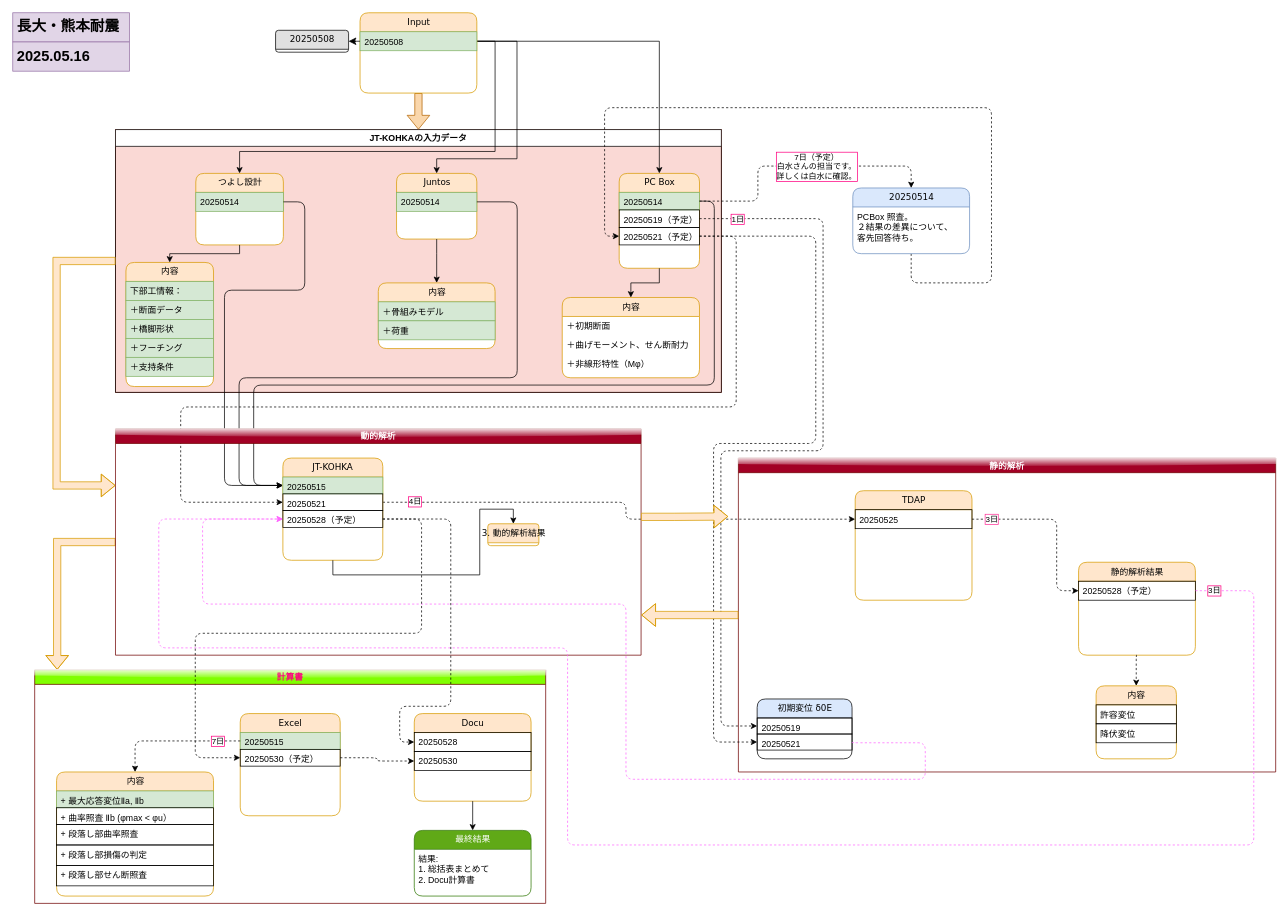
Above: 長大・熊本耐震/耐震設計/Untitled Diagram.drawio in nnh92/Juntos.co (draw.io), before the change. Source tidied: cells renumbered, new cells numbered last; positions are measured from the earlier drawing's top-left corner, leaving out a move shared by most shapes. Both pictures are drawn from the tidied source at 73%, with x=0, y=0 at pixel (12, 12).
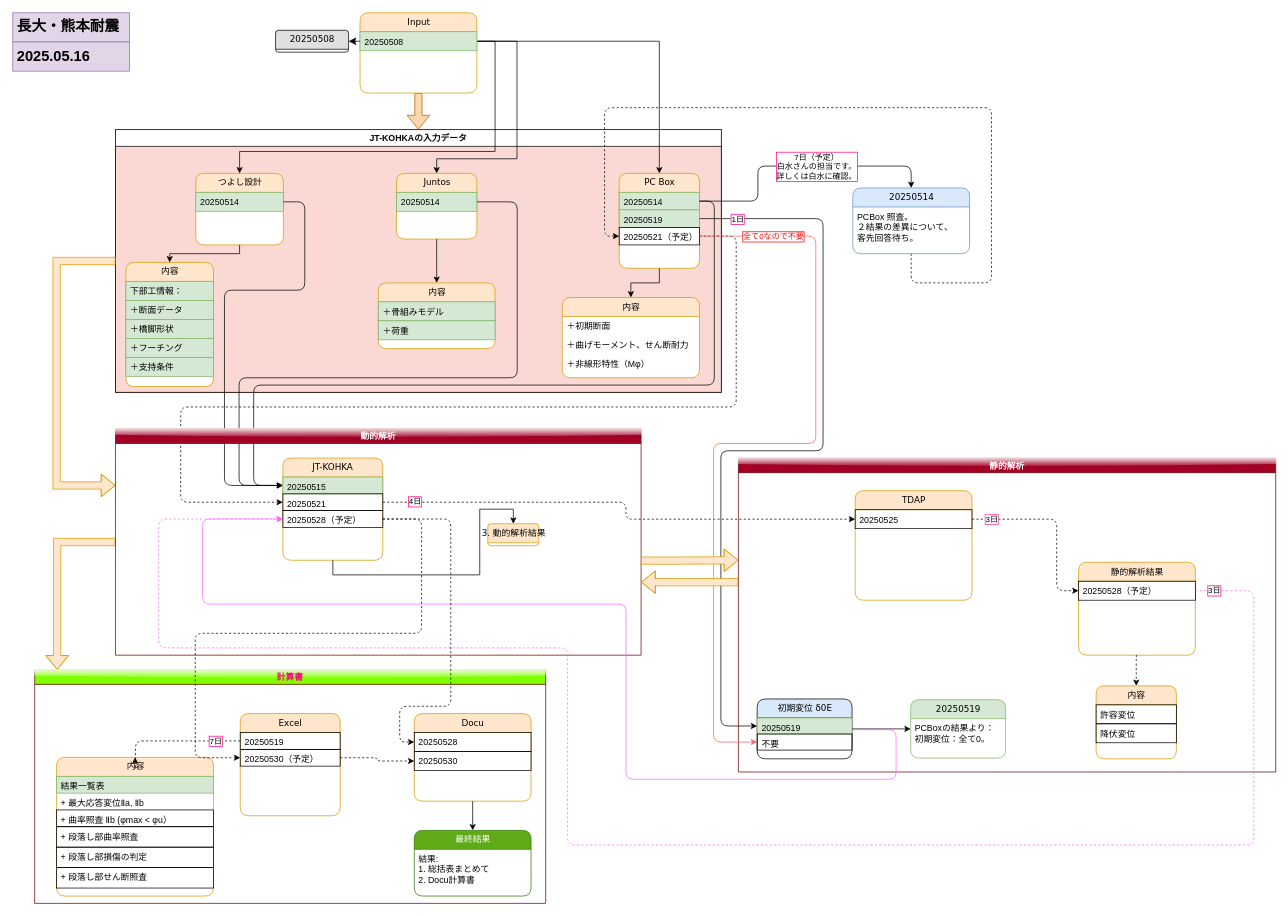
The same page after the edit.

The change refers to these unchanged cells:
```xml
<mxCell id="15" value="PC Box" style="swimlane;html=1;fontStyle=0;horizontal=1;startSize=26;fillColor=#ffe6cc;swimlaneFillColor=#ffffff;align=center;rounded=1;shadow=0;comic=0;labelBackgroundColor=none;strokeWidth=1;fontFamily=Verdana;fontSize=12;strokeColor=#d79b00;" parent="2" vertex="1">
  <mxGeometry x="690" y="60" width="110" height="130" as="geometry" />
</mxCell>
<mxCell id="16" value="20250514" style="text;html=1;strokeColor=#82b366;fillColor=#d5e8d4;spacingLeft=4;spacingRight=4;whiteSpace=wrap;overflow=hidden;points=[[0,0.5],[1,0.5]];portConstraint=eastwest;" parent="15" vertex="1">
  <mxGeometry y="26" width="110" height="24" as="geometry" />
</mxCell>
<mxCell id="18" value="20250521（予定）" style="text;html=1;strokeColor=default;fillColor=none;spacingLeft=4;spacingRight=4;whiteSpace=wrap;overflow=hidden;points=[[0,0.5],[1,0.5]];portConstraint=eastwest;" parent="15" vertex="1">
  <mxGeometry y="74" width="110" height="24" as="geometry" />
</mxCell>
<mxCell id="47" value="静的解析" style="swimlane;startSize=20;horizontal=1;containerType=tree;textShadow=0;labelBorderColor=none;labelBackgroundColor=none;fillColor=#a20025;strokeColor=#6F0000;glass=1;fontColor=#ffffff;" parent="1" vertex="1">
  <mxGeometry x="994" y="610" width="736" height="430" as="geometry" />
</mxCell>
<mxCell id="54" value="初期変位 δ0E" style="swimlane;html=1;fontStyle=0;horizontal=1;startSize=26;fillColor=#dae8fc;swimlaneFillColor=#ffffff;align=center;rounded=1;shadow=0;comic=0;labelBackgroundColor=none;strokeWidth=1;fontFamily=Verdana;fontSize=12;strokeColor=default;" parent="47" vertex="1">
  <mxGeometry x="25.7" y="330" width="130" height="82" as="geometry" />
</mxCell>
<mxCell id="63" value="20250514" style="swimlane;html=1;fontStyle=0;horizontal=1;startSize=26;swimlaneFillColor=#ffffff;align=center;rounded=1;shadow=0;comic=0;labelBackgroundColor=none;strokeWidth=1;fontFamily=Verdana;fontSize=12;fillColor=#dae8fc;strokeColor=#6c8ebf;" parent="1" vertex="1">
  <mxGeometry x="1150.7" y="240" width="160" height="90" as="geometry" />
</mxCell>
<mxCell id="73" value="20250528（予定）" style="text;html=1;spacingLeft=4;spacingRight=4;whiteSpace=wrap;overflow=hidden;points=[[0,0.5],[1,0.5]];portConstraint=eastwest;labelBorderColor=none;labelBackgroundColor=none;textShadow=0;strokeColor=default;" parent="70" vertex="1">
  <mxGeometry y="72" width="136.9" height="23" as="geometry" />
</mxCell>
<mxCell id="76" value="計算書" style="swimlane;startSize=20;horizontal=1;containerType=tree;textShadow=0;labelBorderColor=none;labelBackgroundColor=none;fillColor=#80FF00;strokeColor=#6F0000;glass=1;fontColor=#FF0080;" parent="1" vertex="1">
  <mxGeometry x="30" y="900" width="700" height="320" as="geometry" />
</mxCell>
<mxCell id="77" value="Excel" style="swimlane;html=1;fontStyle=0;horizontal=1;startSize=26;fillColor=#ffe6cc;swimlaneFillColor=#ffffff;align=center;rounded=1;shadow=0;comic=0;labelBackgroundColor=none;strokeWidth=1;fontFamily=Verdana;fontSize=12;strokeColor=#d79b00;" parent="76" vertex="1">
  <mxGeometry x="281.6" y="60" width="136.9" height="140" as="geometry" />
</mxCell>
```

The edit, as a diff of the source:
```diff
@@
-    <mxCell id="17" value="20250519（予定）" style="text;html=1;strokeColor=default;fillColor=none;spacingLeft=4;spacingRight=4;whiteSpace=wrap;overflow=hidden;points=[[0,0.5],[1,0.5]];portConstraint=eastwest;" parent="15" vertex="1">
+    <mxCell id="17" value="20250519" style="text;html=1;strokeColor=#82b366;fillColor=#d5e8d4;spacingLeft=4;spacingRight=4;whiteSpace=wrap;overflow=hidden;points=[[0,0.5],[1,0.5]];portConstraint=eastwest;" parent="15" vertex="1">
       <mxGeometry y="50" width="110" height="24" as="geometry" />
     </mxCell>
@@
-    <mxCell id="40" style="edgeStyle=orthogonalEdgeStyle;rounded=1;jettySize=auto;html=1;exitX=1;exitY=0.5;exitDx=0;exitDy=0;dashed=1;curved=0;entryX=0;entryY=0.5;entryDx=0;entryDy=0;" parent="1" edge="1" source="17" target="55">
+    <mxCell id="40" style="edgeStyle=orthogonalEdgeStyle;rounded=1;jettySize=auto;html=1;exitX=1;exitY=0.5;exitDx=0;exitDy=0;curved=0;entryX=0;entryY=0.5;entryDx=0;entryDy=0;" parent="1" edge="1" source="17" target="55">
       <mxGeometry relative="1" as="geometry">
         <Array as="points">
           <mxPoint x="1110" y="282" />
           <mxPoint x="1110" y="600" />
           <mxPoint x="970" y="600" />
           <mxPoint x="970" y="977" />
         </Array>
       </mxGeometry>
     </mxCell>
@@
-    <mxCell id="55" value="20250519" style="text;html=1;strokeColor=default;fillColor=none;spacingLeft=4;spacingRight=4;whiteSpace=wrap;overflow=hidden;points=[[0,0.5],[1,0.5]];portConstraint=eastwest;" parent="54" vertex="1">
+    <mxCell id="55" value="20250519" style="text;html=1;strokeColor=#82b366;fillColor=#d5e8d4;spacingLeft=4;spacingRight=4;whiteSpace=wrap;overflow=hidden;points=[[0,0.5],[1,0.5]];portConstraint=eastwest;" parent="54" vertex="1">
       <mxGeometry y="26" width="130" height="22" as="geometry" />
     </mxCell>
-    <mxCell id="56" value="20250521" style="text;html=1;strokeColor=default;fillColor=none;spacingLeft=4;spacingRight=4;whiteSpace=wrap;overflow=hidden;points=[[0,0.5],[1,0.5]];portConstraint=eastwest;" parent="54" vertex="1">
+    <mxCell id="56" value="不要" style="text;html=1;strokeColor=default;fillColor=none;spacingLeft=4;spacingRight=4;whiteSpace=wrap;overflow=hidden;points=[[0,0.5],[1,0.5]];portConstraint=eastwest;" parent="54" vertex="1">
       <mxGeometry y="48" width="130" height="22" as="geometry" />
     </mxCell>
@@
+    <mxCell id="104" style="edgeStyle=orthogonalEdgeStyle;rounded=0;jettySize=auto;html=1;" parent="47" edge="1" source="54" target="105">
+      <mxGeometry relative="1" as="geometry" />
+    </mxCell>
+    <mxCell id="105" value="20250519" style="swimlane;html=1;fontStyle=0;horizontal=1;startSize=26;fillColor=#d5e8d4;swimlaneFillColor=#ffffff;align=center;rounded=1;shadow=0;comic=0;labelBackgroundColor=none;strokeWidth=1;fontFamily=Verdana;fontSize=12;strokeColor=#82b366;" parent="47" vertex="1">
+      <mxGeometry x="236" y="331" width="130" height="80" as="geometry" />
+    </mxCell>
+    <mxCell id="106" value="PCBoxの結果より：&lt;div&gt;初期変位：全て0。&lt;/div&gt;" style="text;html=1;strokeColor=none;fillColor=none;spacingLeft=4;spacingRight=4;whiteSpace=wrap;overflow=hidden;" parent="105" vertex="1">
+      <mxGeometry y="26" width="130" height="44" as="geometry" />
+    </mxCell>
@@
-    <mxCell id="65" style="edgeStyle=orthogonalEdgeStyle;rounded=1;jettySize=auto;html=1;exitX=1;exitY=0.5;exitDx=0;exitDy=0;entryX=0.5;entryY=0;entryDx=0;entryDy=0;dashed=1;curved=0;" parent="1" edge="1" source="16" target="63">
+    <mxCell id="65" style="edgeStyle=orthogonalEdgeStyle;rounded=1;jettySize=auto;html=1;exitX=1;exitY=0.5;exitDx=0;exitDy=0;entryX=0.5;entryY=0;entryDx=0;entryDy=0;curved=0;" parent="1" edge="1" source="16" target="63">
       <mxGeometry relative="1" as="geometry">
         <Array as="points">
           <mxPoint x="1020.7" y="258" />
           <mxPoint x="1020.7" y="210" />
           <mxPoint x="1230.7" y="210" />
         </Array>
       </mxGeometry>
     </mxCell>
@@
-    <mxCell id="68" style="edgeStyle=orthogonalEdgeStyle;rounded=1;jettySize=auto;html=1;exitX=1;exitY=0.5;exitDx=0;exitDy=0;dashed=1;curved=0;entryX=0;entryY=0.5;entryDx=0;entryDy=0;" parent="1" edge="1" source="18" target="56">
+    <mxCell id="68" style="edgeStyle=orthogonalEdgeStyle;rounded=1;jettySize=auto;html=1;exitX=1;exitY=0.5;exitDx=0;exitDy=0;curved=0;entryX=0;entryY=0.5;entryDx=0;entryDy=0;strokeColor=#EA6B66;" parent="1" edge="1" source="18" target="56">
       <mxGeometry relative="1" as="geometry">
         <Array as="points">
           <mxPoint x="1100" y="306" />
           <mxPoint x="1100" y="590" />
           <mxPoint x="960" y="590" />
           <mxPoint x="960" y="999" />
         </Array>
       </mxGeometry>
     </mxCell>
+    <mxCell id="107" value="全て0なので不要" style="edgeLabel;html=1;align=center;verticalAlign=middle;labelBorderColor=#FF0000;fontColor=#FF0000;" parent="68" vertex="1">
+      <mxGeometry x="-0.83" relative="1" as="geometry">
+        <mxPoint x="12" as="offset" />
+      </mxGeometry>
+    </mxCell>
@@
-    <mxCell id="78" value="20250515" style="text;html=1;strokeColor=#82b366;fillColor=#d5e8d4;spacingLeft=4;spacingRight=4;whiteSpace=wrap;overflow=hidden;points=[[0,0.5],[1,0.5]];portConstraint=eastwest;labelBorderColor=none;labelBackgroundColor=none;textShadow=0;" parent="77" vertex="1">
+    <mxCell id="78" value="20250519" style="text;html=1;spacingLeft=4;spacingRight=4;whiteSpace=wrap;overflow=hidden;points=[[0,0.5],[1,0.5]];portConstraint=eastwest;labelBorderColor=none;labelBackgroundColor=none;textShadow=0;strokeColor=default;" parent="77" vertex="1">
       <mxGeometry y="26" width="136.9" height="23" as="geometry" />
     </mxCell>
@@
     <mxCell id="86" value="内容" style="swimlane;html=1;fontStyle=0;horizontal=1;startSize=26;fillColor=#ffe6cc;swimlaneFillColor=#ffffff;align=center;rounded=1;shadow=0;comic=0;labelBackgroundColor=none;strokeWidth=1;fontFamily=Verdana;fontSize=12;strokeColor=#d79b00;" parent="76" vertex="1">
-      <mxGeometry x="30" y="140" width="215" height="170" as="geometry" />
+      <mxGeometry x="30" y="120" width="215" height="190" as="geometry" />
     </mxCell>
-    <mxCell id="87" value="+ 最大応答変位Ⅱa, Ⅱb" style="text;html=1;strokeColor=#82b366;fillColor=#d5e8d4;spacingLeft=4;spacingRight=4;whiteSpace=wrap;overflow=hidden;labelBorderColor=none;labelBackgroundColor=none;textShadow=0;" parent="86" vertex="1">
+    <mxCell id="87" value="結果一覧表" style="text;html=1;strokeColor=#82b366;fillColor=#d5e8d4;spacingLeft=4;spacingRight=4;whiteSpace=wrap;overflow=hidden;labelBorderColor=none;labelBackgroundColor=none;textShadow=0;" parent="86" vertex="1">
       <mxGeometry y="26" width="215" height="23" as="geometry" />
     </mxCell>
+    <mxCell id="108" value="+ 最大応答変位Ⅱa, Ⅱb" style="text;html=1;spacingLeft=4;spacingRight=4;whiteSpace=wrap;overflow=hidden;labelBorderColor=none;labelBackgroundColor=none;textShadow=0;" parent="86" vertex="1">
+      <mxGeometry y="49" width="215" height="23" as="geometry" />
+    </mxCell>
     <mxCell id="88" value="&lt;div&gt;+ 曲率照査 Ⅱb (φmax &amp;lt; φu）&lt;/div&gt;" style="text;html=1;spacingLeft=4;spacingRight=4;whiteSpace=wrap;overflow=hidden;labelBorderColor=none;labelBackgroundColor=none;textShadow=0;strokeColor=default;" parent="86" vertex="1">
-      <mxGeometry y="49" width="215" height="23" as="geometry" />
+      <mxGeometry y="72" width="215" height="23" as="geometry" />
     </mxCell>
     <mxCell id="89" value="&lt;div&gt;+ 段落し部曲率照査&lt;/div&gt;" style="text;html=1;spacingLeft=4;spacingRight=4;whiteSpace=wrap;overflow=hidden;labelBorderColor=none;labelBackgroundColor=none;textShadow=0;strokeColor=default;" parent="86" vertex="1">
-      <mxGeometry y="72" width="215" height="28" as="geometry" />
+      <mxGeometry y="95" width="215" height="28" as="geometry" />
     </mxCell>
     <mxCell id="90" value="+ 段落し部損傷の判定" style="text;html=1;spacingLeft=4;spacingRight=4;whiteSpace=wrap;overflow=hidden;labelBorderColor=none;labelBackgroundColor=none;textShadow=0;strokeColor=default;" parent="86" vertex="1">
-      <mxGeometry y="100" width="215" height="28" as="geometry" />
+      <mxGeometry y="123" width="215" height="28" as="geometry" />
     </mxCell>
     <mxCell id="91" value="&lt;div&gt;+ 段落し部せん断照査&lt;/div&gt;" style="text;html=1;spacingLeft=4;spacingRight=4;whiteSpace=wrap;overflow=hidden;labelBorderColor=none;labelBackgroundColor=none;textShadow=0;strokeColor=default;" parent="86" vertex="1">
-      <mxGeometry y="128" width="215" height="28" as="geometry" />
+      <mxGeometry y="151" width="215" height="28" as="geometry" />
     </mxCell>
@@
-    <mxCell id="97" style="edgeStyle=orthogonalEdgeStyle;rounded=1;jettySize=auto;html=1;dashed=1;exitX=1;exitY=0.5;exitDx=0;exitDy=0;curved=0;entryX=0;entryY=0.5;entryDx=0;entryDy=0;strokeColor=#FF66FF;" parent="1" edge="1" source="56" target="73">
+    <mxCell id="97" style="edgeStyle=orthogonalEdgeStyle;rounded=1;jettySize=auto;html=1;exitX=1.004;exitY=0.732;exitDx=0;exitDy=0;curved=0;entryX=0;entryY=0.5;entryDx=0;entryDy=0;strokeColor=#FF66FF;exitPerimeter=0;" parent="1" edge="1" source="55" target="73">
       <mxGeometry relative="1" as="geometry">
         <Array as="points">
-          <mxPoint x="1150" y="1000" />
-          <mxPoint x="1250" y="1000" />
-          <mxPoint x="1250" y="1050" />
+          <mxPoint x="1210" y="982" />
+          <mxPoint x="1210" y="1050" />
           <mxPoint x="840" y="1050" />
           <mxPoint x="840" y="810" />
           <mxPoint x="260" y="810" />
           <mxPoint x="260" y="694" />
         </Array>
       </mxGeometry>
     </mxCell>
@@
-    <mxCell id="101" style="edgeStyle=orthogonalEdgeStyle;html=1;labelBackgroundColor=none;startFill=0;endFill=1;fontFamily=Verdana;fontSize=12;rounded=0;shape=flexArrow;fillColor=#ffe6cc;strokeColor=#d79b00;exitX=0;exitY=0.5;exitDx=0;exitDy=0;" parent="1" edge="1" source="47">
+    <mxCell id="101" style="edgeStyle=orthogonalEdgeStyle;html=1;labelBackgroundColor=none;startFill=0;endFill=1;fontFamily=Verdana;fontSize=12;rounded=0;shape=flexArrow;fillColor=#ffe6cc;strokeColor=#d79b00;exitX=0;exitY=0.5;exitDx=0;exitDy=0;" parent="1" edge="1">
       <mxGeometry relative="1" as="geometry">
-        <mxPoint x="861" y="825" as="targetPoint" />
+        <mxPoint x="993.7" y="780" as="sourcePoint" />
+        <mxPoint x="860.7" y="780" as="targetPoint" />
         <Array as="points">
-          <mxPoint x="880" y="825" />
-          <mxPoint x="880" y="825" />
+          <mxPoint x="879.7" y="780" />
+          <mxPoint x="879.7" y="780" />
         </Array>
       </mxGeometry>
     </mxCell>
-    <mxCell id="102" style="edgeStyle=orthogonalEdgeStyle;html=1;labelBackgroundColor=none;startFill=0;endFill=1;fontFamily=Verdana;fontSize=12;rounded=0;shape=flexArrow;fillColor=#ffe6cc;strokeColor=#d79b00;exitX=1;exitY=0.25;exitDx=0;exitDy=0;" parent="1" edge="1">
+    <mxCell id="102" style="edgeStyle=orthogonalEdgeStyle;html=1;labelBackgroundColor=none;startFill=0;endFill=1;fontFamily=Verdana;fontSize=12;rounded=0;shape=flexArrow;fillColor=#ffe6cc;strokeColor=#d79b00;exitX=1;exitY=0.25;exitDx=0;exitDy=0;entryX=0;entryY=0;entryDx=0;entryDy=0;" parent="1" edge="1">
       <mxGeometry relative="1" as="geometry">
-        <mxPoint x="860.7" y="690.5" as="sourcePoint" />
-        <mxPoint x="980" y="690" as="targetPoint" />
+        <mxPoint x="860.7" y="750.5" as="sourcePoint" />
+        <mxPoint x="994" y="750" as="targetPoint" />
         <Array as="points">
-          <mxPoint x="906" y="690" />
-          <mxPoint x="980" y="690" />
+          <mxPoint x="906" y="751" />
         </Array>
       </mxGeometry>
     </mxCell>
```
